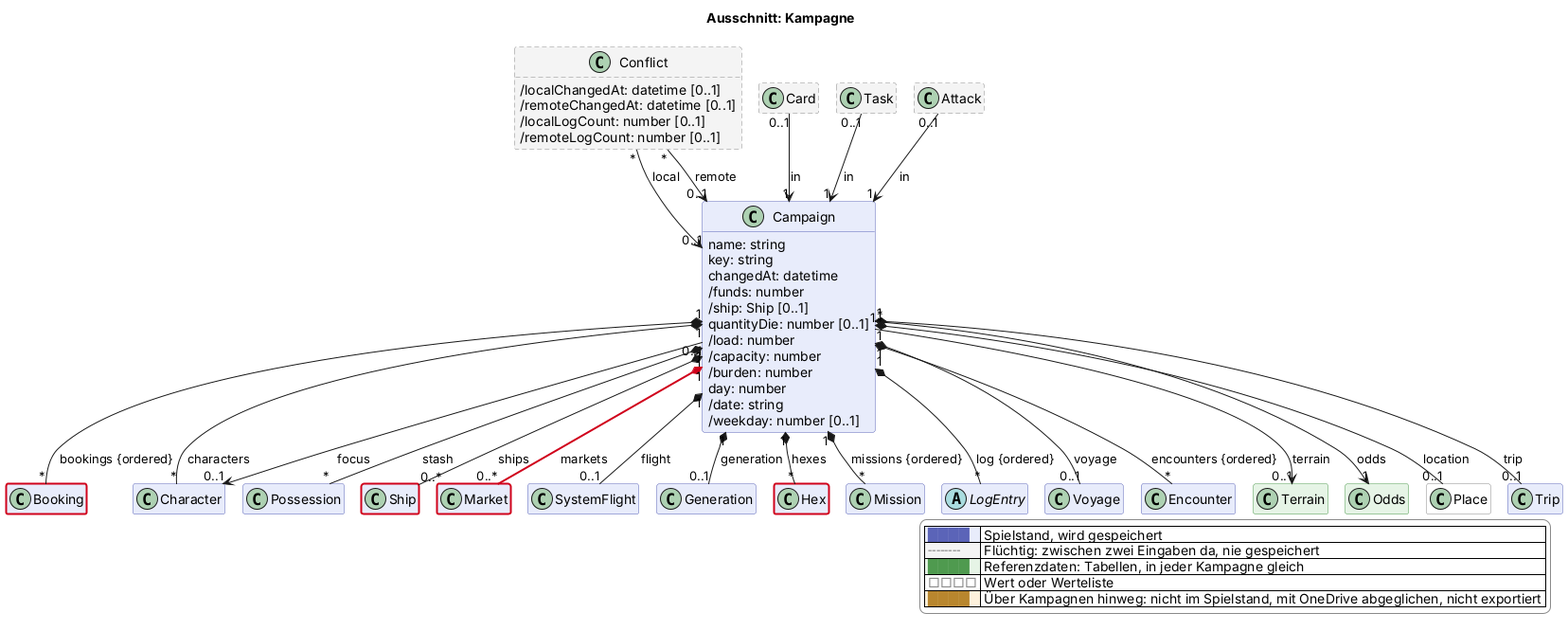
This is docs/views/kampagne.png from scuzzar/SRE, a PlantUML export, as it was before one commit.
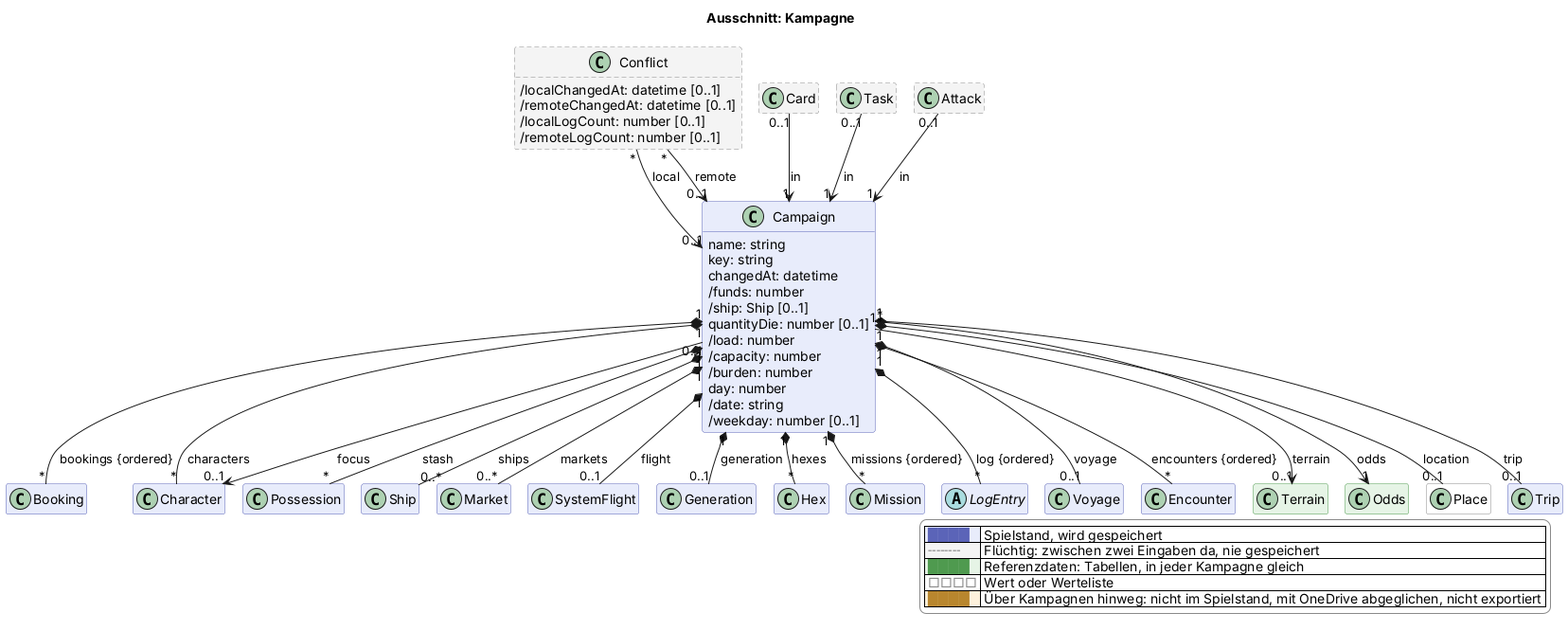
After the change.

What changed in the source:
```diff
@@ -89,7 +89,7 @@
 
   class Ship $schiffe
 
-  class Market $handel $newClass("2026-11-27")
+  class Market $handel
 
   class SystemFlight $raum
 
@@ -130,7 +130,7 @@
 
 Campaign "1" *-- "0..*" Ship : ships
 
-Campaign "1" *-$newArrow("2026-11-27")- "0..*" Market : markets
+Campaign "1" *-- "0..*" Market : markets
 
 Campaign "1" *-- "0..1" SystemFlight : flight
 
@@ -164,7 +164,4 @@
   |<#ffffff> <color:#8a8a8a>□□□□</color> | Wert oder Werteliste |
   |<#fdf1dc> <color:#b8862e>████</color> | Über Kampagnen hinweg: nicht im Spielstand, mit OneDrive abgeglichen, nicht exportiert |
 endlegend
-class Booking #line:d0021b;line.bold
-class Ship #line:d0021b;line.bold
-class Hex #line:d0021b;line.bold
 @enduml
```
